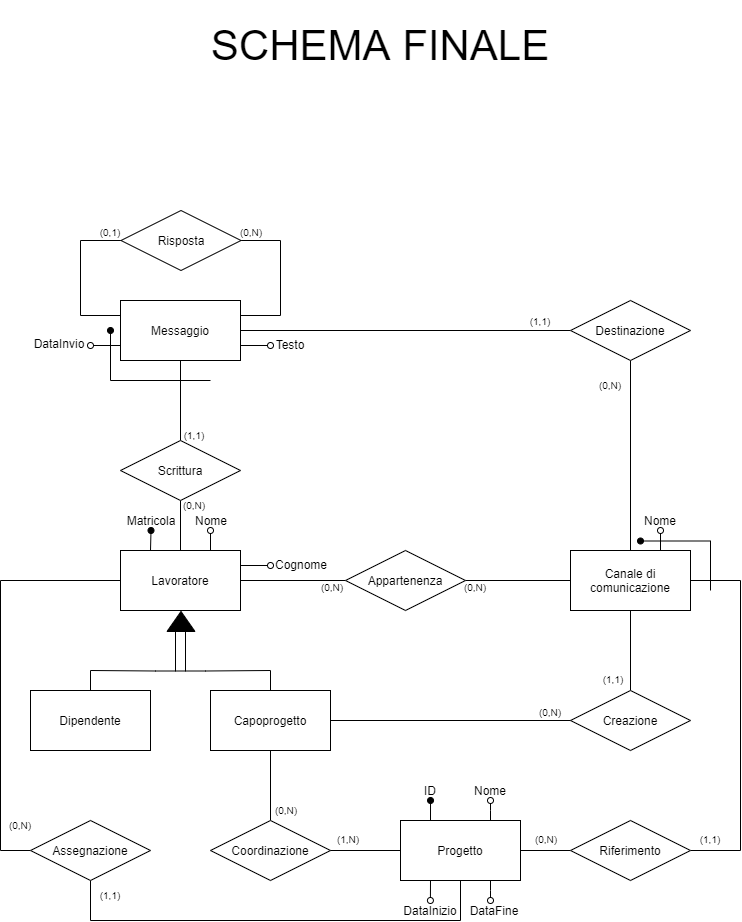
Before: Relazione/Schema ER/schema-finale.png, a diagram exported from draw.io (martafra/BD-Chat-Multicanale). Source tidied: cells renumbered, new cells last; positions are measured from the earlier drawing's top-left corner, leaving out a move shared by most shapes.
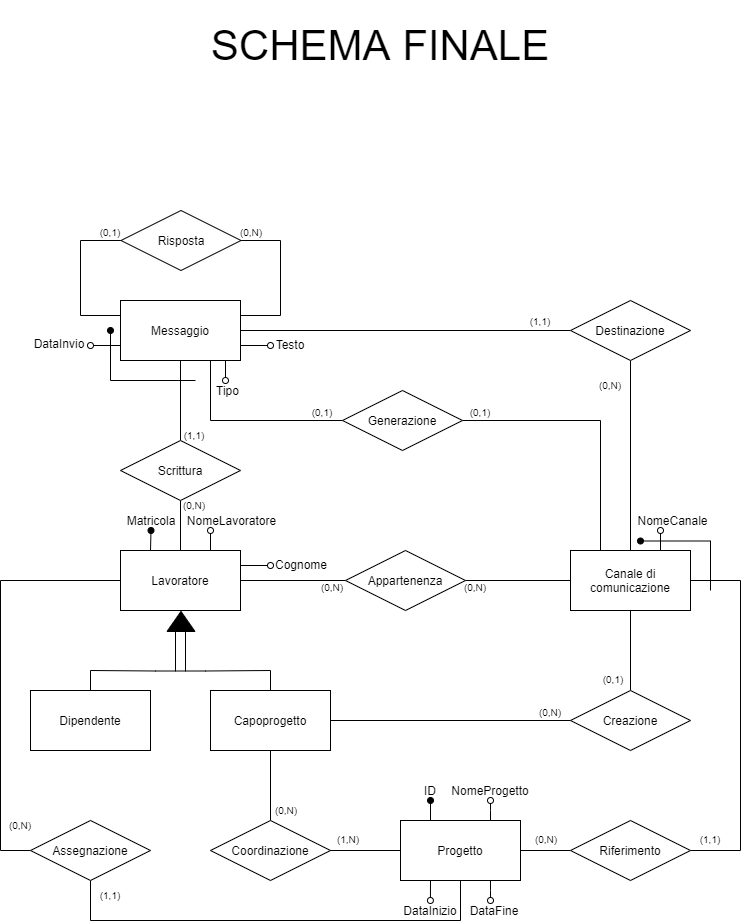
After the change.

Commit message:
Schema E-R ultimato, regole aziendali da RIVEDERE

Diff of the diagram source:
```diff
@@ -43,6 +43,9 @@
         <mxPoint x="270" y="345" as="targetPoint" />
       </mxGeometry>
     </mxCell>
+    <mxCell id="75" style="edgeStyle=orthogonalEdgeStyle;rounded=0;jettySize=auto;html=1;exitX=0.75;exitY=1;exitDx=0;exitDy=0;entryX=0;entryY=0.5;entryDx=0;entryDy=0;endArrow=none;endFill=0;startArrow=none;startFill=0;" parent="1" edge="1" source="12" target="77">
+      <mxGeometry relative="1" as="geometry" />
+    </mxCell>
     <mxCell id="12" value="Messaggio" style="rounded=0;whiteSpace=wrap;html=1;" parent="1" vertex="1">
       <mxGeometry x="120" y="300" width="120" height="60" as="geometry" />
     </mxCell>
@@ -183,8 +186,8 @@
     <mxCell id="45" value="Matricola" style="text;html=1;strokeColor=none;fillColor=none;align=center;verticalAlign=middle;whiteSpace=wrap;rounded=0;" parent="1" vertex="1">
       <mxGeometry x="130.5" y="510" width="40" height="20" as="geometry" />
     </mxCell>
-    <mxCell id="46" value="Nome" style="text;html=1;strokeColor=none;fillColor=none;align=center;verticalAlign=middle;whiteSpace=wrap;rounded=0;" parent="1" vertex="1">
-      <mxGeometry x="190.5" y="510" width="40" height="20" as="geometry" />
+    <mxCell id="46" value="NomeLavoratore" style="text;html=1;strokeColor=none;fillColor=none;align=center;verticalAlign=middle;whiteSpace=wrap;rounded=0;" parent="1" vertex="1">
+      <mxGeometry x="183.5" y="510" width="94.5" height="20" as="geometry" />
     </mxCell>
     <mxCell id="47" value="Cognome" style="text;html=1;strokeColor=none;fillColor=none;align=center;verticalAlign=middle;whiteSpace=wrap;rounded=0;" parent="1" vertex="1">
       <mxGeometry x="276" y="554" width="50" height="20" as="geometry" />
@@ -210,7 +213,7 @@
     <mxCell id="50" value="ID" style="text;html=1;strokeColor=none;fillColor=none;align=center;verticalAlign=middle;whiteSpace=wrap;rounded=0;" parent="1" vertex="1">
       <mxGeometry x="410" y="780" width="40" height="20" as="geometry" />
     </mxCell>
-    <mxCell id="51" value="Nome" style="text;html=1;strokeColor=none;fillColor=none;align=center;verticalAlign=middle;whiteSpace=wrap;rounded=0;" parent="1" vertex="1">
+    <mxCell id="51" value="NomeProgetto" style="text;html=1;strokeColor=none;fillColor=none;align=center;verticalAlign=middle;whiteSpace=wrap;rounded=0;" parent="1" vertex="1">
       <mxGeometry x="470" y="780" width="40" height="20" as="geometry" />
     </mxCell>
     <mxCell id="52" value="DataInizio" style="text;html=1;strokeColor=none;fillColor=none;align=center;verticalAlign=middle;whiteSpace=wrap;rounded=0;" parent="1" vertex="1">
@@ -224,10 +227,9 @@
     </mxCell>
     <mxCell id="55" style="edgeStyle=orthogonalEdgeStyle;rounded=0;orthogonalLoop=1;jettySize=auto;html=1;endArrow=oval;endFill=1;" parent="1" edge="1">
       <mxGeometry relative="1" as="geometry">
-        <mxPoint x="210" y="380" as="sourcePoint" />
+        <mxPoint x="195" y="380" as="sourcePoint" />
         <mxPoint x="110" y="330" as="targetPoint" />
         <Array as="points">
-          <mxPoint x="210" y="380" />
           <mxPoint x="110" y="380" />
         </Array>
       </mxGeometry>
@@ -235,8 +237,8 @@
     <mxCell id="56" value="DataInvio" style="text;html=1;strokeColor=none;fillColor=none;align=center;verticalAlign=middle;whiteSpace=wrap;rounded=0;" parent="1" vertex="1">
       <mxGeometry x="39" y="333" width="40" height="20" as="geometry" />
     </mxCell>
-    <mxCell id="57" value="Nome" style="text;html=1;strokeColor=none;fillColor=none;align=center;verticalAlign=middle;whiteSpace=wrap;rounded=0;" parent="1" vertex="1">
-      <mxGeometry x="640" y="510" width="40" height="20" as="geometry" />
+    <mxCell id="57" value="NomeCanale" style="text;html=1;strokeColor=none;fillColor=none;align=center;verticalAlign=middle;whiteSpace=wrap;rounded=0;" parent="1" vertex="1">
+      <mxGeometry x="640" y="510" width="65" height="20" as="geometry" />
     </mxCell>
     <mxCell id="58" style="edgeStyle=orthogonalEdgeStyle;rounded=0;orthogonalLoop=1;jettySize=auto;html=1;endArrow=oval;endFill=1;" parent="1" edge="1">
       <mxGeometry relative="1" as="geometry">
@@ -274,7 +276,7 @@
     <mxCell id="67" value="(0,N)" style="text;html=1;strokeColor=none;fillColor=none;align=center;verticalAlign=middle;whiteSpace=wrap;rounded=0;fontSize=10;" parent="1" vertex="1">
       <mxGeometry x="540" y="707" width="20" height="10" as="geometry" />
     </mxCell>
-    <mxCell id="68" value="(1,1)" style="text;html=1;strokeColor=none;fillColor=none;align=center;verticalAlign=middle;whiteSpace=wrap;rounded=0;fontSize=10;" parent="1" vertex="1">
+    <mxCell id="68" value="(0,1)" style="text;html=1;strokeColor=none;fillColor=none;align=center;verticalAlign=middle;whiteSpace=wrap;rounded=0;fontSize=10;" parent="1" vertex="1">
       <mxGeometry x="603" y="674" width="20" height="10" as="geometry" />
     </mxCell>
     <mxCell id="69" value="(1,1)" style="text;html=1;strokeColor=none;fillColor=none;align=center;verticalAlign=middle;whiteSpace=wrap;rounded=0;fontSize=10;" parent="1" vertex="1">
@@ -295,5 +297,25 @@
     <mxCell id="74" value="(1,1)" style="text;html=1;strokeColor=none;fillColor=none;align=center;verticalAlign=middle;whiteSpace=wrap;rounded=0;fontSize=10;" parent="1" vertex="1">
       <mxGeometry x="700" y="834" width="20" height="10" as="geometry" />
     </mxCell>
+    <mxCell id="76" style="edgeStyle=orthogonalEdgeStyle;rounded=0;jettySize=auto;html=1;exitX=1;exitY=0.5;exitDx=0;exitDy=0;entryX=0.25;entryY=0;entryDx=0;entryDy=0;endArrow=none;endFill=0;" parent="1" edge="1" source="77" target="7">
+      <mxGeometry relative="1" as="geometry" />
+    </mxCell>
+    <mxCell id="77" value="Generazione" style="shape=rhombus;perimeter=rhombusPerimeter;whiteSpace=wrap;html=1;align=center;" parent="1" vertex="1">
+      <mxGeometry x="342" y="390" width="120" height="60" as="geometry" />
+    </mxCell>
+    <mxCell id="78" style="edgeStyle=orthogonalEdgeStyle;rounded=0;jettySize=auto;html=1;exitX=0.875;exitY=1;exitDx=0;exitDy=0;endArrow=oval;endFill=0;exitPerimeter=0;" parent="1" edge="1" source="12">
+      <mxGeometry relative="1" as="geometry">
+        <mxPoint x="225" y="380" as="targetPoint" />
+      </mxGeometry>
+    </mxCell>
+    <mxCell id="79" value="Tipo" style="text;html=1;strokeColor=none;fillColor=none;align=center;verticalAlign=middle;whiteSpace=wrap;rounded=0;" parent="1" vertex="1">
+      <mxGeometry x="215" y="380" width="25" height="20" as="geometry" />
+    </mxCell>
+    <mxCell id="80" value="(0,1)" style="text;html=1;strokeColor=none;fillColor=none;align=center;verticalAlign=middle;whiteSpace=wrap;rounded=0;fontSize=10;" parent="1" vertex="1">
+      <mxGeometry x="312" y="407" width="20" height="10" as="geometry" />
+    </mxCell>
+    <mxCell id="81" value="(0,1)" style="text;html=1;strokeColor=none;fillColor=none;align=center;verticalAlign=middle;whiteSpace=wrap;rounded=0;fontSize=10;" parent="1" vertex="1">
+      <mxGeometry x="470" y="407" width="20" height="10" as="geometry" />
+    </mxCell>
   </root>
 </mxGraphModel>
```
